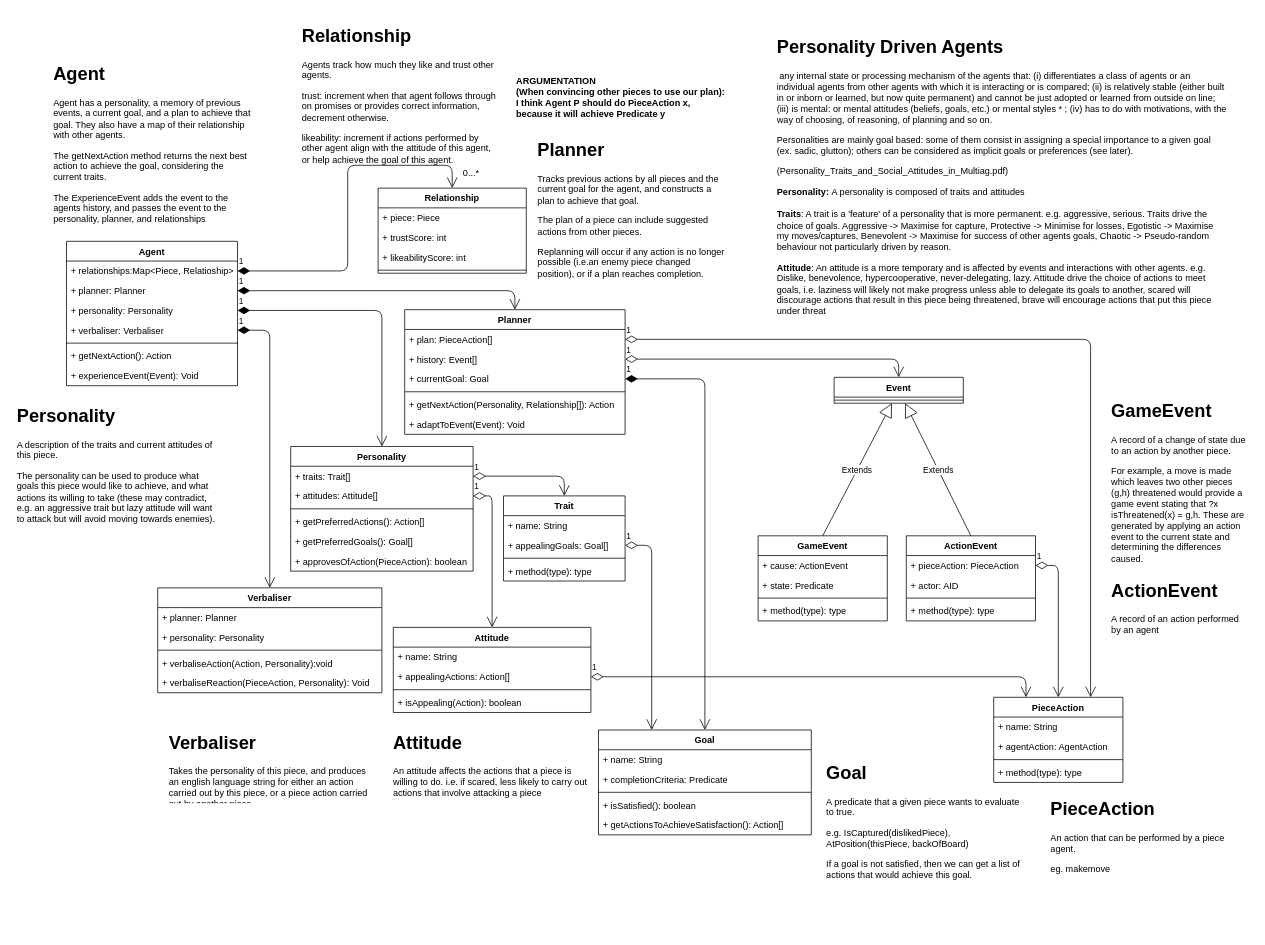
The draw.io diagram page "Personality" (4 of 4) of Docs/design/moveprotocol.drawio in TheDuckGoesQuark/UnconventionalChess, before the edit. Source tidied: cells renumbered, new cells numbered last; positions are measured from the earlier drawing's top-left corner, leaving out a move shared by most shapes. Both pictures are drawn from the tidied source at 76%, with x=0, y=0 at pixel (13, 21).
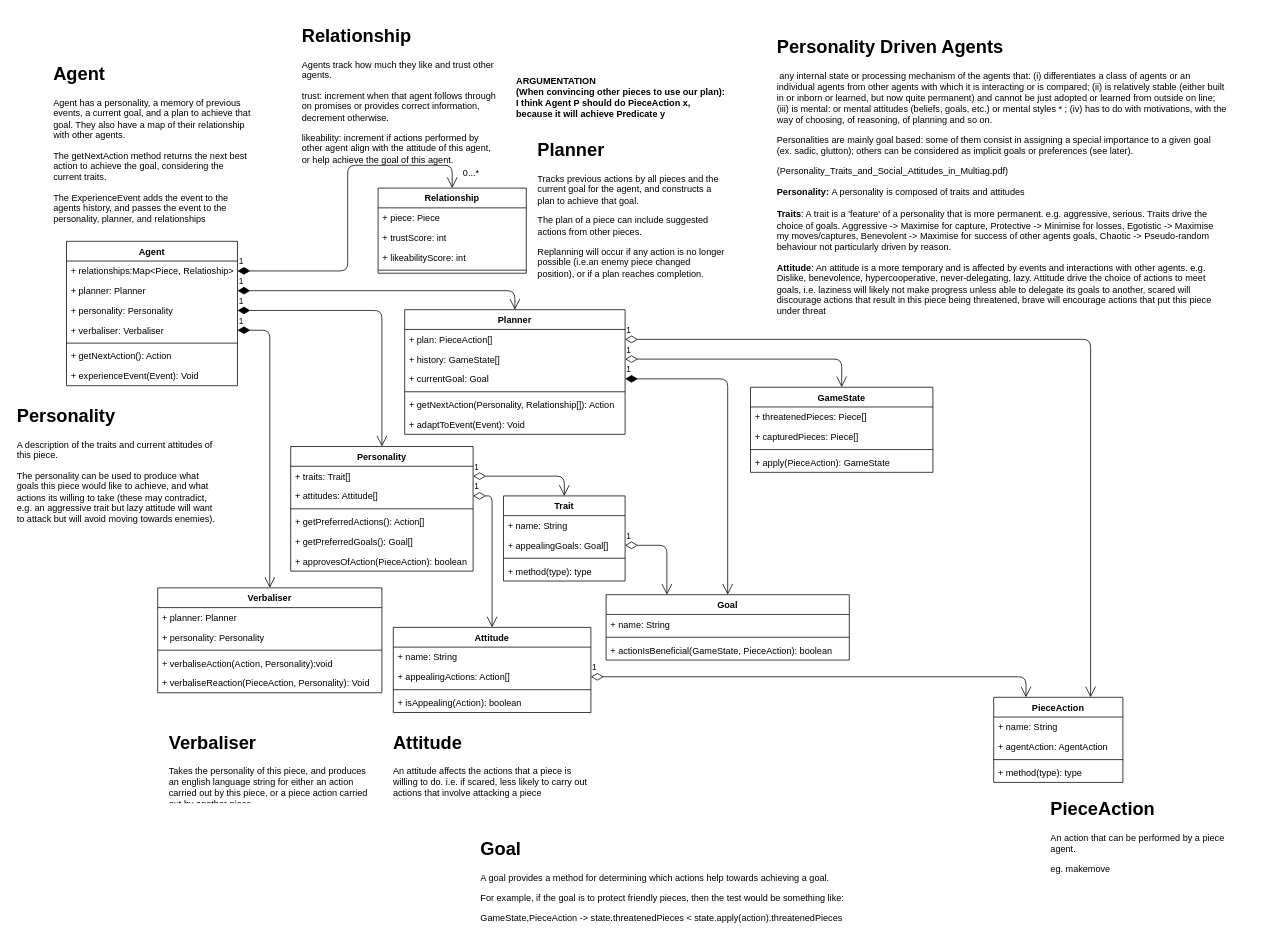
The same page after the edit.

Unchanged cells that the change refers to:
```xml
<mxCell id="50" value="Planner" style="swimlane;fontStyle=1;align=center;verticalAlign=top;horizontal=1;startSize=26;" parent="1" vertex="1">
  <mxGeometry x="515" y="380" width="290" height="164" as="geometry" />
</mxCell>
<mxCell id="70" value="PieceAction" style="swimlane;fontStyle=1;align=center;verticalAlign=top;horizontal=1;startSize=26;" parent="1" vertex="1">
  <mxGeometry x="1290" y="890" width="170" height="112" as="geometry" />
</mxCell>
```

The edit, as a diff of the source:
```diff
@@
     <mxCell id="20" value="Goal" style="swimlane;fontStyle=1;align=center;verticalAlign=top;horizontal=1;startSize=26;" parent="1" vertex="1">
-      <mxGeometry x="770" y="933" width="280" height="138" as="geometry" />
+      <mxGeometry x="780" y="755" width="320" height="86" as="geometry" />
     </mxCell>
     <mxCell id="21" value="+ name: String" style="text;strokeColor=none;fillColor=none;align=left;verticalAlign=top;spacingLeft=4;spacingRight=4;overflow=hidden;" parent="20" vertex="1">
-      <mxGeometry y="26" width="280" height="26" as="geometry" />
+      <mxGeometry y="26" width="320" height="26" as="geometry" />
     </mxCell>
-    <mxCell id="22" value="+ completionCriteria: Predicate" style="text;strokeColor=none;fillColor=none;align=left;verticalAlign=top;spacingLeft=4;spacingRight=4;overflow=hidden;" parent="20" vertex="1">
-      <mxGeometry y="52" width="280" height="26" as="geometry" />
-    </mxCell>
     <mxCell id="23" style="line;strokeWidth=1;fillColor=none;align=left;verticalAlign=middle;spacingTop=-1;spacingLeft=3;spacingRight=3;labelPosition=right;" parent="20" vertex="1">
-      <mxGeometry y="78" width="280" height="8" as="geometry" />
+      <mxGeometry y="52" width="320" height="8" as="geometry" />
     </mxCell>
-    <mxCell id="24" value="+ isSatisfied(): boolean" style="text;strokeColor=none;fillColor=none;align=left;verticalAlign=top;spacingLeft=4;spacingRight=4;overflow=hidden;" parent="20" vertex="1">
-      <mxGeometry y="86" width="280" height="26" as="geometry" />
+    <mxCell id="24" value="+ actionIsBeneficial(GameState, PieceAction): boolean" style="text;strokeColor=none;fillColor=none;align=left;verticalAlign=top;spacingLeft=4;spacingRight=4;overflow=hidden;" parent="20" vertex="1">
+      <mxGeometry y="60" width="320" height="26" as="geometry" />
     </mxCell>
-    <mxCell id="25" value="+ getActionsToAchieveSatisfaction(): Action[]" style="text;strokeColor=none;fillColor=none;align=left;verticalAlign=top;spacingLeft=4;spacingRight=4;overflow=hidden;" parent="20" vertex="1">
-      <mxGeometry y="112" width="280" height="26" as="geometry" />
-    </mxCell>
-    <mxCell id="26" value="ActionEvent" style="swimlane;fontStyle=1;align=center;verticalAlign=top;horizontal=1;startSize=26;" parent="1" vertex="1">
-      <mxGeometry x="1175" y="677.5" width="170" height="112" as="geometry" />
-    </mxCell>
-    <mxCell id="27" value="+ pieceAction: PieceAction" style="text;strokeColor=none;fillColor=none;align=left;verticalAlign=top;spacingLeft=4;spacingRight=4;overflow=hidden;points=[[0,0.5],[1,0.5]];portConstraint=eastwest;" parent="26" vertex="1">
-      <mxGeometry y="26" width="170" height="26" as="geometry" />
-    </mxCell>
-    <mxCell id="28" value="+ actor: AID" style="text;strokeColor=none;fillColor=none;align=left;verticalAlign=top;spacingLeft=4;spacingRight=4;overflow=hidden;" parent="26" vertex="1">
-      <mxGeometry y="52" width="170" height="26" as="geometry" />
-    </mxCell>
-    <mxCell id="29" style="line;strokeWidth=1;fillColor=none;align=left;verticalAlign=middle;spacingTop=-1;spacingLeft=3;spacingRight=3;labelPosition=right;" parent="26" vertex="1">
-      <mxGeometry y="78" width="170" height="8" as="geometry" />
-    </mxCell>
-    <mxCell id="30" value="+ method(type): type" style="text;strokeColor=none;fillColor=none;align=left;verticalAlign=top;spacingLeft=4;spacingRight=4;overflow=hidden;" parent="26" vertex="1">
-      <mxGeometry y="86" width="170" height="26" as="geometry" />
-    </mxCell>
@@
-    <mxCell id="52" value="+ history: Event[]" style="text;strokeColor=none;fillColor=none;align=left;verticalAlign=top;spacingLeft=4;spacingRight=4;overflow=hidden;points=[[0,0.5],[1,0.5]];portConstraint=eastwest;" parent="50" vertex="1">
+    <mxCell id="52" value="+ history: GameState[]" style="text;strokeColor=none;fillColor=none;align=left;verticalAlign=top;spacingLeft=4;spacingRight=4;overflow=hidden;points=[[0,0.5],[1,0.5]];portConstraint=eastwest;" parent="50" vertex="1">
       <mxGeometry y="52" width="290" height="26" as="geometry" />
     </mxCell>
@@
-    <mxCell id="75" value="1" style="endArrow=open;html=1;endSize=12;startArrow=diamondThin;startSize=14;startFill=0;edgeStyle=orthogonalEdgeStyle;align=left;verticalAlign=bottom;exitX=1;exitY=0.5;exitDx=0;exitDy=0;entryX=0.5;entryY=0;entryDx=0;entryDy=0;" parent="1" edge="1" source="27" target="70">
-      <mxGeometry x="-1" y="3" relative="1" as="geometry">
-        <Array as="points">
-          <mxPoint x="1375" y="716" />
-        </Array>
-      </mxGeometry>
-    </mxCell>
@@
-    <mxCell id="77" value="&lt;h1&gt;ActionEvent&lt;/h1&gt;&lt;p&gt;A record of an action performed by an agent&lt;/p&gt;&lt;p&gt;&lt;br&gt;&lt;/p&gt;" style="text;html=1;strokeColor=none;fillColor=none;spacing=5;spacingTop=-20;whiteSpace=wrap;overflow=hidden;rounded=0;" parent="1" vertex="1">
-      <mxGeometry x="1440" y="729.5" width="190" height="81" as="geometry" />
-    </mxCell>
@@
-    <mxCell id="79" value="GameEvent" style="swimlane;fontStyle=1;align=center;verticalAlign=top;horizontal=1;startSize=26;" parent="1" vertex="1">
-      <mxGeometry x="980" y="677.5" width="170" height="112" as="geometry" />
-    </mxCell>
-    <mxCell id="80" value="+ cause: ActionEvent" style="text;strokeColor=none;fillColor=none;align=left;verticalAlign=top;spacingLeft=4;spacingRight=4;overflow=hidden;" parent="79" vertex="1">
-      <mxGeometry y="26" width="170" height="26" as="geometry" />
-    </mxCell>
-    <mxCell id="81" value="+ state: Predicate" style="text;strokeColor=none;fillColor=none;align=left;verticalAlign=top;spacingLeft=4;spacingRight=4;overflow=hidden;" parent="79" vertex="1">
-      <mxGeometry y="52" width="170" height="26" as="geometry" />
-    </mxCell>
-    <mxCell id="82" style="line;strokeWidth=1;fillColor=none;align=left;verticalAlign=middle;spacingTop=-1;spacingLeft=3;spacingRight=3;labelPosition=right;" parent="79" vertex="1">
-      <mxGeometry y="78" width="170" height="8" as="geometry" />
-    </mxCell>
-    <mxCell id="83" value="+ method(type): type" style="text;strokeColor=none;fillColor=none;align=left;verticalAlign=top;spacingLeft=4;spacingRight=4;overflow=hidden;" parent="79" vertex="1">
-      <mxGeometry y="86" width="170" height="26" as="geometry" />
-    </mxCell>
-    <mxCell id="84" value="1" style="endArrow=open;html=1;endSize=12;startArrow=diamondThin;startSize=14;startFill=0;edgeStyle=orthogonalEdgeStyle;align=left;verticalAlign=bottom;exitX=1;exitY=0.5;exitDx=0;exitDy=0;entryX=0.5;entryY=0;entryDx=0;entryDy=0;" parent="1" edge="1" source="52" target="85">
+    <mxCell id="84" value="1" style="endArrow=open;html=1;endSize=12;startArrow=diamondThin;startSize=14;startFill=0;edgeStyle=orthogonalEdgeStyle;align=left;verticalAlign=bottom;exitX=1;exitY=0.5;exitDx=0;exitDy=0;" parent="1" edge="1" source="52" target="95">
       <mxGeometry x="-1" y="3" relative="1" as="geometry" />
     </mxCell>
-    <mxCell id="85" value="Event" style="swimlane;fontStyle=1;align=center;verticalAlign=top;horizontal=1;startSize=26;" parent="1" vertex="1">
-      <mxGeometry x="1080" y="469" width="170" height="34" as="geometry" />
-    </mxCell>
-    <mxCell id="86" style="line;strokeWidth=1;fillColor=none;align=left;verticalAlign=middle;spacingTop=-1;spacingLeft=3;spacingRight=3;labelPosition=right;" parent="85" vertex="1">
-      <mxGeometry y="26" width="170" height="8" as="geometry" />
-    </mxCell>
-    <mxCell id="87" value="Extends" style="endArrow=block;endSize=16;endFill=0;html=1;exitX=0.5;exitY=0;exitDx=0;exitDy=0;" parent="1" edge="1" source="79" target="85">
-      <mxGeometry relative="1" as="geometry" />
-    </mxCell>
-    <mxCell id="88" value="Extends" style="endArrow=block;endSize=16;endFill=0;html=1;exitX=0.5;exitY=0;exitDx=0;exitDy=0;" parent="1" edge="1" source="26" target="85">
-      <mxGeometry relative="1" as="geometry" />
-    </mxCell>
@@
-    <mxCell id="90" value="&lt;h1&gt;GameEvent&lt;/h1&gt;&lt;p&gt;A record of a change of state due to an action by another piece.&lt;/p&gt;&lt;p&gt;For example, a move is made which leaves two other pieces (g,h) threatened would provide a game event stating that ?x isThreatened(x) = g,h. These are generated by applying an action event to the current state and determining the differences caused.&lt;/p&gt;" style="text;html=1;strokeColor=none;fillColor=none;spacing=5;spacingTop=-20;whiteSpace=wrap;overflow=hidden;rounded=0;" parent="1" vertex="1">
-      <mxGeometry x="1440" y="494" width="190" height="230" as="geometry" />
-    </mxCell>
-    <mxCell id="91" value="&lt;h1&gt;Goal&lt;/h1&gt;&lt;p&gt;&lt;span&gt;A predicate that a given piece wants to evaluate to true.&lt;/span&gt;&lt;/p&gt;&lt;p&gt;e.g. IsCaptured(dislikedPiece), AtPosition(thisPiece, backOfBoard)&lt;/p&gt;&lt;p&gt;If a goal is not satisfied, then we can get a list of actions that would achieve this goal.&lt;/p&gt;" style="text;html=1;strokeColor=none;fillColor=none;spacing=5;spacingTop=-20;whiteSpace=wrap;overflow=hidden;rounded=0;" parent="1" vertex="1">
-      <mxGeometry x="1065" y="970" width="270" height="171" as="geometry" />
+    <mxCell id="91" value="&lt;h1&gt;Goal&lt;/h1&gt;&lt;p&gt;&lt;span&gt;A goal provides a method for determining which actions help towards achieving a goal.&lt;/span&gt;&lt;/p&gt;&lt;p&gt;&lt;span&gt;For example, if the goal is to protect friendly pieces, then the test would be something like:&lt;/span&gt;&lt;/p&gt;&lt;p&gt;&lt;span&gt;GameState,PieceAction -&amp;gt; state.threatenedPieces &amp;lt; state.apply(action).threatenedPieces&lt;/span&gt;&lt;/p&gt;" style="text;html=1;strokeColor=none;fillColor=none;spacing=5;spacingTop=-20;whiteSpace=wrap;overflow=hidden;rounded=0;" parent="1" vertex="1">
+      <mxGeometry x="610" y="1070" width="540" height="130" as="geometry" />
     </mxCell>
@@
+    <mxCell id="95" value="GameState" style="swimlane;fontStyle=1;align=center;verticalAlign=top;horizontal=1;startSize=26;" parent="1" vertex="1">
+      <mxGeometry x="970" y="482" width="240" height="112" as="geometry" />
+    </mxCell>
+    <mxCell id="96" value="+ threatenedPieces: Piece[]" style="text;strokeColor=none;fillColor=none;align=left;verticalAlign=top;spacingLeft=4;spacingRight=4;overflow=hidden;" parent="95" vertex="1">
+      <mxGeometry y="26" width="240" height="26" as="geometry" />
+    </mxCell>
+    <mxCell id="97" value="+ capturedPieces: Piece[]" style="text;strokeColor=none;fillColor=none;align=left;verticalAlign=top;spacingLeft=4;spacingRight=4;overflow=hidden;" parent="95" vertex="1">
+      <mxGeometry y="52" width="240" height="26" as="geometry" />
+    </mxCell>
+    <mxCell id="98" style="line;strokeWidth=1;fillColor=none;align=left;verticalAlign=middle;spacingTop=-1;spacingLeft=3;spacingRight=3;labelPosition=right;" parent="95" vertex="1">
+      <mxGeometry y="78" width="240" height="8" as="geometry" />
+    </mxCell>
+    <mxCell id="99" value="+ apply(PieceAction): GameState" style="text;strokeColor=none;fillColor=none;align=left;verticalAlign=top;spacingLeft=4;spacingRight=4;overflow=hidden;" parent="95" vertex="1">
+      <mxGeometry y="86" width="240" height="26" as="geometry" />
+    </mxCell>
```
